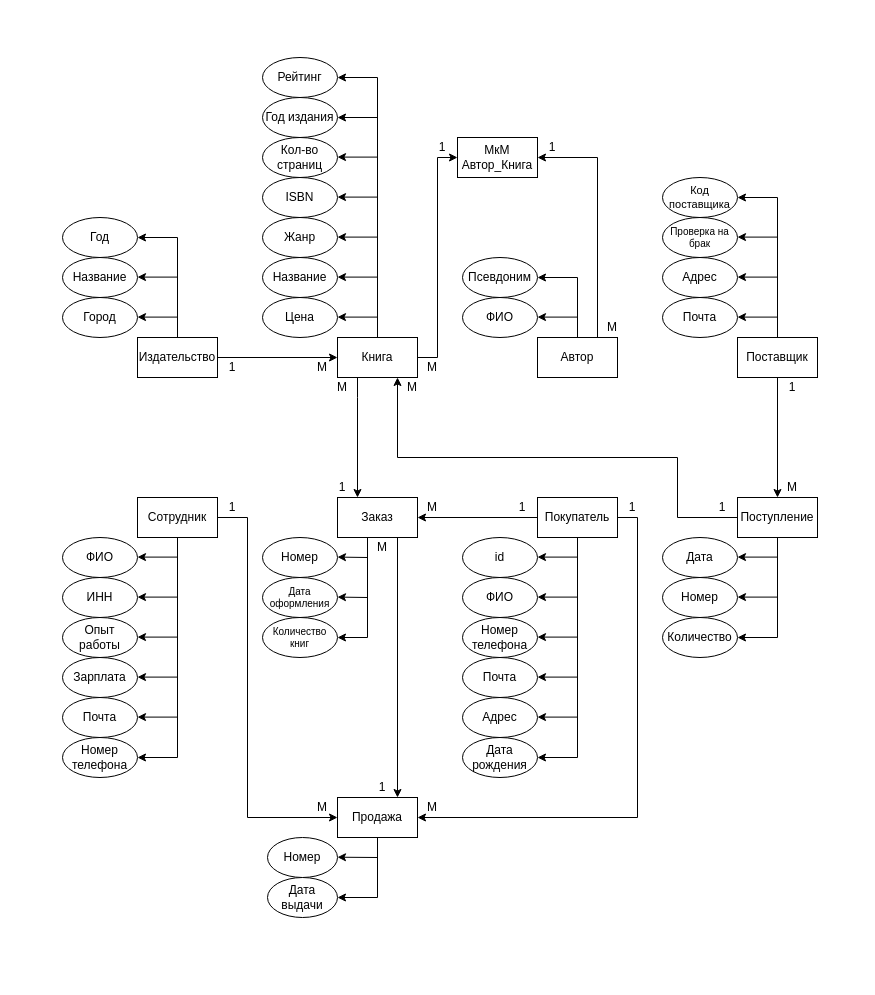
This is Концептуальная_модель.drawio from Liks-Lee/Bd, a draw.io file, before an edit. Source tidied: cells renumbered, new cells numbered last; positions are measured from the earlier drawing's top-left corner, leaving out a move shared by most shapes. Both pictures are drawn from the tidied source at 100%, with x=0, y=0 at pixel (62, 57).
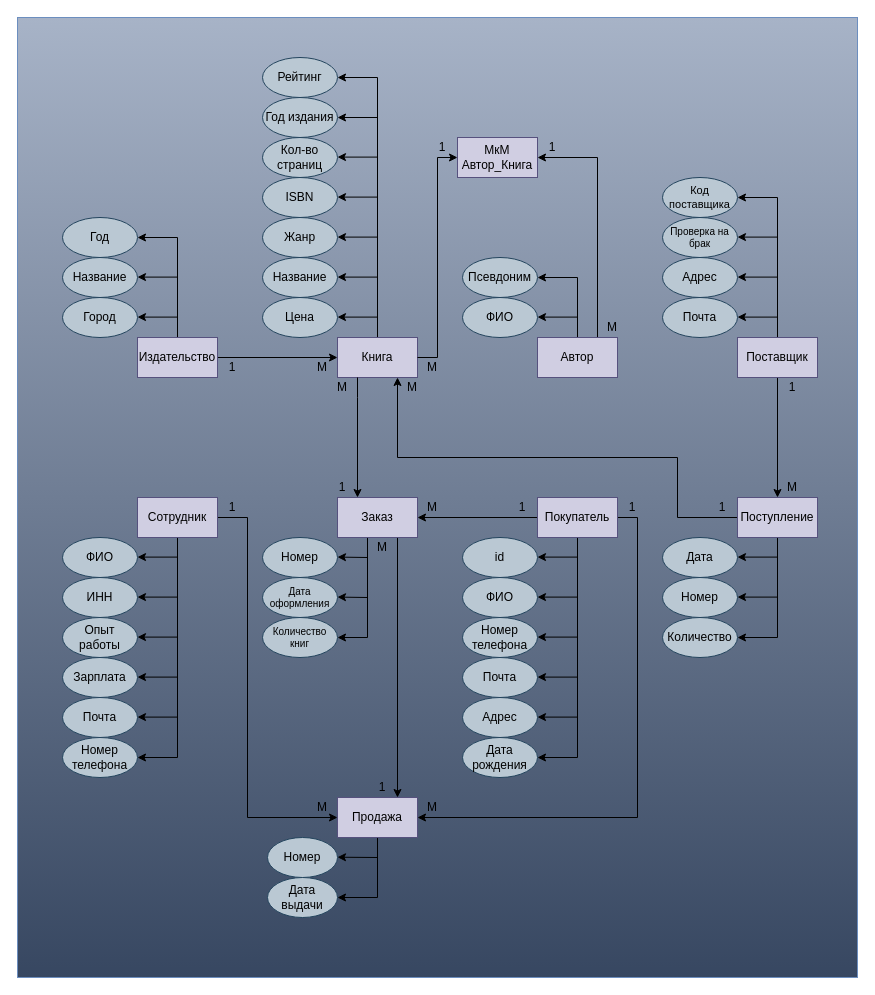
Above is the later version.

Diff of the diagram source:
```diff
@@
+    <mxCell id="114" style="rounded=0;whiteSpace=wrap;html=1;fillColor=#A7B3C7;gradientColor=#374761;strokeColor=#6c8ebf;" parent="1" vertex="1">
+      <mxGeometry x="-45" y="-40" width="840" height="960" as="geometry" />
+    </mxCell>
@@
-    <mxCell id="4" value="Заказ" style="rounded=0;whiteSpace=wrap;html=1;" parent="1" vertex="1">
+    <mxCell id="4" value="Заказ" style="rounded=0;whiteSpace=wrap;html=1;fillColor=#d0cee2;strokeColor=#56517e;" parent="1" vertex="1">
       <mxGeometry x="275" y="440" width="80" height="40" as="geometry" />
     </mxCell>
@@
-    <mxCell id="8" value="Покупатель" style="rounded=0;whiteSpace=wrap;html=1;" parent="1" vertex="1">
+    <mxCell id="8" value="Покупатель" style="rounded=0;whiteSpace=wrap;html=1;fillColor=#d0cee2;strokeColor=#56517e;" parent="1" vertex="1">
       <mxGeometry x="475" y="440" width="80" height="40" as="geometry" />
     </mxCell>
@@
-    <mxCell id="11" value="Издательство" style="rounded=0;whiteSpace=wrap;html=1;" parent="1" vertex="1">
+    <mxCell id="11" value="Издательство" style="rounded=0;whiteSpace=wrap;html=1;fillColor=#d0cee2;strokeColor=#56517e;" parent="1" vertex="1">
       <mxGeometry x="75" y="280" width="80" height="40" as="geometry" />
     </mxCell>
@@
-    <mxCell id="14" value="Автор" style="rounded=0;whiteSpace=wrap;html=1;" parent="1" vertex="1">
+    <mxCell id="14" value="Автор" style="rounded=0;whiteSpace=wrap;html=1;fillColor=#d0cee2;strokeColor=#56517e;" parent="1" vertex="1">
       <mxGeometry x="475" y="280" width="80" height="40" as="geometry" />
     </mxCell>
@@
-    <mxCell id="16" value="Книга" style="rounded=0;whiteSpace=wrap;html=1;" parent="1" vertex="1">
+    <mxCell id="16" value="Книга" style="rounded=0;whiteSpace=wrap;html=1;fillColor=#d0cee2;strokeColor=#56517e;" parent="1" vertex="1">
       <mxGeometry x="275" y="280" width="80" height="40" as="geometry" />
     </mxCell>
@@
-    <mxCell id="19" value="Поставщик" style="rounded=0;whiteSpace=wrap;html=1;" parent="1" vertex="1">
+    <mxCell id="19" value="Поставщик" style="rounded=0;whiteSpace=wrap;html=1;fillColor=#d0cee2;strokeColor=#56517e;" parent="1" vertex="1">
       <mxGeometry x="675" y="280" width="80" height="40" as="geometry" />
     </mxCell>
@@
-    <mxCell id="22" value="Сотрудник" style="rounded=0;whiteSpace=wrap;html=1;" parent="1" vertex="1">
+    <mxCell id="22" value="Сотрудник" style="rounded=0;whiteSpace=wrap;html=1;fillColor=#d0cee2;strokeColor=#56517e;" parent="1" vertex="1">
       <mxGeometry x="75" y="440" width="80" height="40" as="geometry" />
     </mxCell>
-    <mxCell id="23" value="Номер телефона" style="ellipse;whiteSpace=wrap;html=1;" parent="1" vertex="1">
+    <mxCell id="23" value="Номер телефона" style="ellipse;whiteSpace=wrap;html=1;fillColor=#bac8d3;strokeColor=#23445d;" parent="1" vertex="1">
       <mxGeometry y="680" width="75" height="40" as="geometry" />
     </mxCell>
-    <mxCell id="24" value="ФИО" style="ellipse;whiteSpace=wrap;html=1;" parent="1" vertex="1">
+    <mxCell id="24" value="ФИО" style="ellipse;whiteSpace=wrap;html=1;fillColor=#bac8d3;strokeColor=#23445d;" parent="1" vertex="1">
       <mxGeometry y="480" width="75" height="40" as="geometry" />
     </mxCell>
-    <mxCell id="25" value="Адрес" style="ellipse;whiteSpace=wrap;html=1;" parent="1" vertex="1">
+    <mxCell id="25" value="Адрес" style="ellipse;whiteSpace=wrap;html=1;fillColor=#bac8d3;strokeColor=#23445d;" parent="1" vertex="1">
       <mxGeometry x="400" y="640" width="75" height="40" as="geometry" />
     </mxCell>
-    <mxCell id="26" value="Почта" style="ellipse;whiteSpace=wrap;html=1;" parent="1" vertex="1">
+    <mxCell id="26" value="Почта" style="ellipse;whiteSpace=wrap;html=1;fillColor=#bac8d3;strokeColor=#23445d;" parent="1" vertex="1">
       <mxGeometry x="400" y="600" width="75" height="40" as="geometry" />
     </mxCell>
-    <mxCell id="27" value="Номер телефона" style="ellipse;whiteSpace=wrap;html=1;" parent="1" vertex="1">
+    <mxCell id="27" value="Номер телефона" style="ellipse;whiteSpace=wrap;html=1;fillColor=#bac8d3;strokeColor=#23445d;" parent="1" vertex="1">
       <mxGeometry x="400" y="560" width="75" height="40" as="geometry" />
     </mxCell>
-    <mxCell id="28" value="ФИО" style="ellipse;whiteSpace=wrap;html=1;" parent="1" vertex="1">
+    <mxCell id="28" value="ФИО" style="ellipse;whiteSpace=wrap;html=1;fillColor=#bac8d3;strokeColor=#23445d;" parent="1" vertex="1">
       <mxGeometry x="400" y="520" width="75" height="40" as="geometry" />
     </mxCell>
-    <mxCell id="29" value="id" style="ellipse;whiteSpace=wrap;html=1;" parent="1" vertex="1">
+    <mxCell id="29" value="id" style="ellipse;whiteSpace=wrap;html=1;fillColor=#bac8d3;strokeColor=#23445d;" parent="1" vertex="1">
       <mxGeometry x="400" y="480" width="75" height="40" as="geometry" />
     </mxCell>
-    <mxCell id="30" value="Опыт работы" style="ellipse;whiteSpace=wrap;html=1;" parent="1" vertex="1">
+    <mxCell id="30" value="Опыт работы" style="ellipse;whiteSpace=wrap;html=1;fillColor=#bac8d3;strokeColor=#23445d;" parent="1" vertex="1">
       <mxGeometry y="560" width="75" height="40" as="geometry" />
     </mxCell>
-    <mxCell id="31" value="Год издания" style="ellipse;whiteSpace=wrap;html=1;" parent="1" vertex="1">
+    <mxCell id="31" value="Год издания" style="ellipse;whiteSpace=wrap;html=1;fillColor=#bac8d3;strokeColor=#23445d;" parent="1" vertex="1">
       <mxGeometry x="200" y="40" width="75" height="40" as="geometry" />
     </mxCell>
-    <mxCell id="32" value="Дата оформления" style="ellipse;whiteSpace=wrap;html=1;fontSize=10;" parent="1" vertex="1">
+    <mxCell id="32" value="Дата оформления" style="ellipse;whiteSpace=wrap;html=1;fontSize=10;fillColor=#bac8d3;strokeColor=#23445d;" parent="1" vertex="1">
       <mxGeometry x="200" y="520" width="75" height="40" as="geometry" />
     </mxCell>
-    <mxCell id="33" value="Номер" style="ellipse;whiteSpace=wrap;html=1;" parent="1" vertex="1">
+    <mxCell id="33" value="Номер" style="ellipse;whiteSpace=wrap;html=1;fillColor=#bac8d3;strokeColor=#23445d;" parent="1" vertex="1">
       <mxGeometry x="200" y="480" width="75" height="40" as="geometry" />
     </mxCell>
-    <mxCell id="34" value="Кол-во страниц" style="ellipse;whiteSpace=wrap;html=1;" parent="1" vertex="1">
+    <mxCell id="34" value="Кол-во страниц" style="ellipse;whiteSpace=wrap;html=1;fillColor=#bac8d3;strokeColor=#23445d;" parent="1" vertex="1">
       <mxGeometry x="200" y="80" width="75" height="40" as="geometry" />
     </mxCell>
-    <mxCell id="35" value="ISBN" style="ellipse;whiteSpace=wrap;html=1;" parent="1" vertex="1">
+    <mxCell id="35" value="ISBN" style="ellipse;whiteSpace=wrap;html=1;fillColor=#bac8d3;strokeColor=#23445d;" parent="1" vertex="1">
       <mxGeometry x="200" y="120" width="75" height="40" as="geometry" />
     </mxCell>
-    <mxCell id="36" value="Жанр" style="ellipse;whiteSpace=wrap;html=1;" parent="1" vertex="1">
+    <mxCell id="36" value="Жанр" style="ellipse;whiteSpace=wrap;html=1;fillColor=#bac8d3;strokeColor=#23445d;" parent="1" vertex="1">
       <mxGeometry x="200" y="160" width="75" height="40" as="geometry" />
     </mxCell>
-    <mxCell id="37" value="Название" style="ellipse;whiteSpace=wrap;html=1;" parent="1" vertex="1">
+    <mxCell id="37" value="Название" style="ellipse;whiteSpace=wrap;html=1;fillColor=#bac8d3;strokeColor=#23445d;" parent="1" vertex="1">
       <mxGeometry x="200" y="200" width="75" height="40" as="geometry" />
     </mxCell>
-    <mxCell id="38" value="Цена" style="ellipse;whiteSpace=wrap;html=1;" parent="1" vertex="1">
+    <mxCell id="38" value="Цена" style="ellipse;whiteSpace=wrap;html=1;fillColor=#bac8d3;strokeColor=#23445d;" parent="1" vertex="1">
       <mxGeometry x="200" y="240" width="75" height="40" as="geometry" />
     </mxCell>
-    <mxCell id="39" value="Рейтинг" style="ellipse;whiteSpace=wrap;html=1;" parent="1" vertex="1">
+    <mxCell id="39" value="Рейтинг" style="ellipse;whiteSpace=wrap;html=1;fillColor=#bac8d3;strokeColor=#23445d;" parent="1" vertex="1">
       <mxGeometry x="200" width="75" height="40" as="geometry" />
     </mxCell>
-    <mxCell id="40" value="Псевдоним" style="ellipse;whiteSpace=wrap;html=1;" parent="1" vertex="1">
+    <mxCell id="40" value="Псевдоним" style="ellipse;whiteSpace=wrap;html=1;fillColor=#bac8d3;strokeColor=#23445d;" parent="1" vertex="1">
       <mxGeometry x="400" y="200" width="75" height="40" as="geometry" />
     </mxCell>
-    <mxCell id="41" value="Дата рождения" style="ellipse;whiteSpace=wrap;html=1;" parent="1" vertex="1">
+    <mxCell id="41" value="Дата рождения" style="ellipse;whiteSpace=wrap;html=1;fillColor=#bac8d3;strokeColor=#23445d;" parent="1" vertex="1">
       <mxGeometry x="400" y="680" width="75" height="40" as="geometry" />
     </mxCell>
-    <mxCell id="42" value="ФИО" style="ellipse;whiteSpace=wrap;html=1;" parent="1" vertex="1">
+    <mxCell id="42" value="ФИО" style="ellipse;whiteSpace=wrap;html=1;fillColor=#bac8d3;strokeColor=#23445d;" parent="1" vertex="1">
       <mxGeometry x="400" y="240" width="75" height="40" as="geometry" />
     </mxCell>
-    <mxCell id="43" value="Название" style="ellipse;whiteSpace=wrap;html=1;" parent="1" vertex="1">
+    <mxCell id="43" value="Название" style="ellipse;whiteSpace=wrap;html=1;fillColor=#bac8d3;strokeColor=#23445d;" parent="1" vertex="1">
       <mxGeometry y="200" width="75" height="40" as="geometry" />
     </mxCell>
-    <mxCell id="44" value="Город" style="ellipse;whiteSpace=wrap;html=1;" parent="1" vertex="1">
+    <mxCell id="44" value="Город" style="ellipse;whiteSpace=wrap;html=1;fillColor=#bac8d3;strokeColor=#23445d;" parent="1" vertex="1">
       <mxGeometry y="240" width="75" height="40" as="geometry" />
     </mxCell>
-    <mxCell id="45" value="Год" style="ellipse;whiteSpace=wrap;html=1;" parent="1" vertex="1">
+    <mxCell id="45" value="Год" style="ellipse;whiteSpace=wrap;html=1;fillColor=#bac8d3;strokeColor=#23445d;" parent="1" vertex="1">
       <mxGeometry y="160" width="75" height="40" as="geometry" />
     </mxCell>
-    <mxCell id="46" value="ИНН" style="ellipse;whiteSpace=wrap;html=1;" parent="1" vertex="1">
+    <mxCell id="46" value="ИНН" style="ellipse;whiteSpace=wrap;html=1;fillColor=#bac8d3;strokeColor=#23445d;" parent="1" vertex="1">
       <mxGeometry y="520" width="75" height="40" as="geometry" />
     </mxCell>
-    <mxCell id="47" value="Почта" style="ellipse;whiteSpace=wrap;html=1;" parent="1" vertex="1">
+    <mxCell id="47" value="Почта" style="ellipse;whiteSpace=wrap;html=1;fillColor=#bac8d3;strokeColor=#23445d;" parent="1" vertex="1">
       <mxGeometry y="640" width="75" height="40" as="geometry" />
     </mxCell>
-    <mxCell id="48" value="Зарплата" style="ellipse;whiteSpace=wrap;html=1;" parent="1" vertex="1">
+    <mxCell id="48" value="Зарплата" style="ellipse;whiteSpace=wrap;html=1;fillColor=#bac8d3;strokeColor=#23445d;" parent="1" vertex="1">
       <mxGeometry y="600" width="75" height="40" as="geometry" />
     </mxCell>
-    <mxCell id="49" value="Количество книг" style="ellipse;whiteSpace=wrap;html=1;fontSize=10;" parent="1" vertex="1">
+    <mxCell id="49" value="Количество книг" style="ellipse;whiteSpace=wrap;html=1;fontSize=10;fillColor=#bac8d3;strokeColor=#23445d;" parent="1" vertex="1">
       <mxGeometry x="200" y="560" width="75" height="40" as="geometry" />
     </mxCell>
-    <mxCell id="50" value="Код поставщика" style="ellipse;whiteSpace=wrap;html=1;fontSize=11;" parent="1" vertex="1">
+    <mxCell id="50" value="Код поставщика" style="ellipse;whiteSpace=wrap;html=1;fontSize=11;fillColor=#bac8d3;strokeColor=#23445d;" parent="1" vertex="1">
       <mxGeometry x="600" y="120" width="75" height="40" as="geometry" />
     </mxCell>
-    <mxCell id="51" value="Проверка на брак" style="ellipse;whiteSpace=wrap;html=1;fontSize=10;" parent="1" vertex="1">
+    <mxCell id="51" value="Проверка на брак" style="ellipse;whiteSpace=wrap;html=1;fontSize=10;fillColor=#bac8d3;strokeColor=#23445d;" parent="1" vertex="1">
       <mxGeometry x="600" y="160" width="75" height="40" as="geometry" />
     </mxCell>
-    <mxCell id="52" value="Адрес" style="ellipse;whiteSpace=wrap;html=1;" parent="1" vertex="1">
+    <mxCell id="52" value="Адрес" style="ellipse;whiteSpace=wrap;html=1;fillColor=#bac8d3;strokeColor=#23445d;" parent="1" vertex="1">
       <mxGeometry x="600" y="200" width="75" height="40" as="geometry" />
     </mxCell>
-    <mxCell id="53" value="Почта" style="ellipse;whiteSpace=wrap;html=1;" parent="1" vertex="1">
+    <mxCell id="53" value="Почта" style="ellipse;whiteSpace=wrap;html=1;fillColor=#bac8d3;strokeColor=#23445d;" parent="1" vertex="1">
       <mxGeometry x="600" y="240" width="75" height="40" as="geometry" />
     </mxCell>
@@
-    <mxCell id="81" value="Поступление" style="rounded=0;whiteSpace=wrap;html=1;" parent="1" vertex="1">
+    <mxCell id="81" value="Поступление" style="rounded=0;whiteSpace=wrap;html=1;fillColor=#d0cee2;strokeColor=#56517e;" parent="1" vertex="1">
       <mxGeometry x="675" y="440" width="80" height="40" as="geometry" />
     </mxCell>
-    <mxCell id="82" value="Дата" style="ellipse;whiteSpace=wrap;html=1;" parent="1" vertex="1">
+    <mxCell id="82" value="Дата" style="ellipse;whiteSpace=wrap;html=1;fillColor=#bac8d3;strokeColor=#23445d;" parent="1" vertex="1">
       <mxGeometry x="600" y="480" width="75" height="40" as="geometry" />
     </mxCell>
-    <mxCell id="83" value="Количество" style="ellipse;whiteSpace=wrap;html=1;" parent="1" vertex="1">
+    <mxCell id="83" value="Количество" style="ellipse;whiteSpace=wrap;html=1;fillColor=#bac8d3;strokeColor=#23445d;" parent="1" vertex="1">
       <mxGeometry x="600" y="560" width="75" height="40" as="geometry" />
     </mxCell>
-    <mxCell id="84" value="Номер" style="ellipse;whiteSpace=wrap;html=1;" parent="1" vertex="1">
+    <mxCell id="84" value="Номер" style="ellipse;whiteSpace=wrap;html=1;fillColor=#bac8d3;strokeColor=#23445d;" parent="1" vertex="1">
       <mxGeometry x="600" y="520" width="75" height="40" as="geometry" />
     </mxCell>
@@
-    <mxCell id="87" value="Продажа" style="rounded=0;whiteSpace=wrap;html=1;" parent="1" vertex="1">
+    <mxCell id="87" value="Продажа" style="rounded=0;whiteSpace=wrap;html=1;fillColor=#d0cee2;strokeColor=#56517e;" parent="1" vertex="1">
       <mxGeometry x="275" y="740" width="80" height="40" as="geometry" />
     </mxCell>
-    <mxCell id="88" value="Дата выдачи" style="ellipse;whiteSpace=wrap;html=1;" parent="1" vertex="1">
+    <mxCell id="88" value="Дата выдачи" style="ellipse;whiteSpace=wrap;html=1;fillColor=#bac8d3;strokeColor=#23445d;" parent="1" vertex="1">
       <mxGeometry x="205" y="820" width="70" height="40" as="geometry" />
     </mxCell>
-    <mxCell id="89" value="Номер" style="ellipse;whiteSpace=wrap;html=1;" parent="1" vertex="1">
+    <mxCell id="89" value="Номер" style="ellipse;whiteSpace=wrap;html=1;fillColor=#bac8d3;strokeColor=#23445d;" parent="1" vertex="1">
       <mxGeometry x="205" y="780" width="70" height="40" as="geometry" />
     </mxCell>
@@
-    <mxCell id="96" value="МкМ&lt;div style=&quot;font-size: 12px;&quot;&gt;Автор_Книга&lt;/div&gt;" style="rounded=0;whiteSpace=wrap;html=1;fontSize=12;" parent="1" vertex="1">
+    <mxCell id="96" value="МкМ&lt;div style=&quot;font-size: 12px;&quot;&gt;Автор_Книга&lt;/div&gt;" style="rounded=0;whiteSpace=wrap;html=1;fontSize=12;fillColor=#d0cee2;strokeColor=#56517e;" parent="1" vertex="1">
       <mxGeometry x="395" y="80" width="80" height="40" as="geometry" />
     </mxCell>
```
